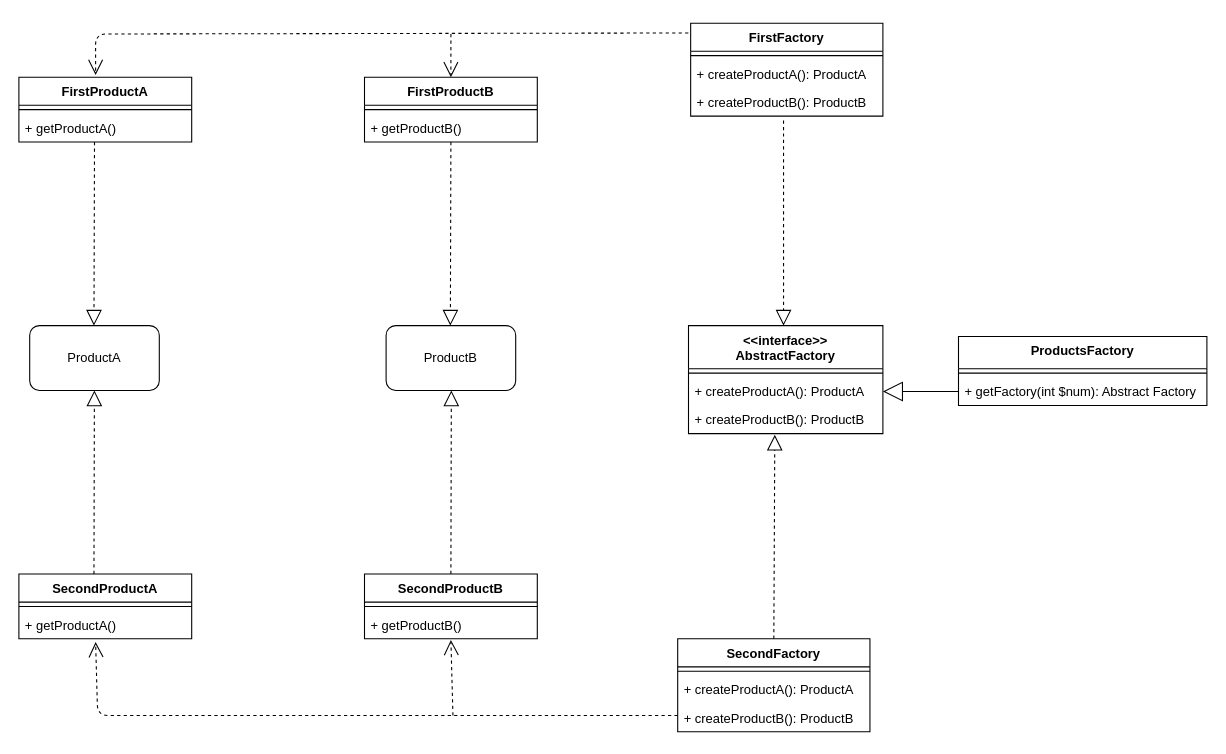
The draw.io diagram page "Abstract Factory" (2 of 5) of diagram.drawio in MeatyBanan4ik/Creational_Patterns, before the edit. Source tidied: cells renumbered, new cells numbered last; positions are measured from the earlier drawing's top-left corner, leaving out a move shared by most shapes. Both pictures are drawn from the tidied source at 108%, with x=0, y=0 at pixel (18, 23).
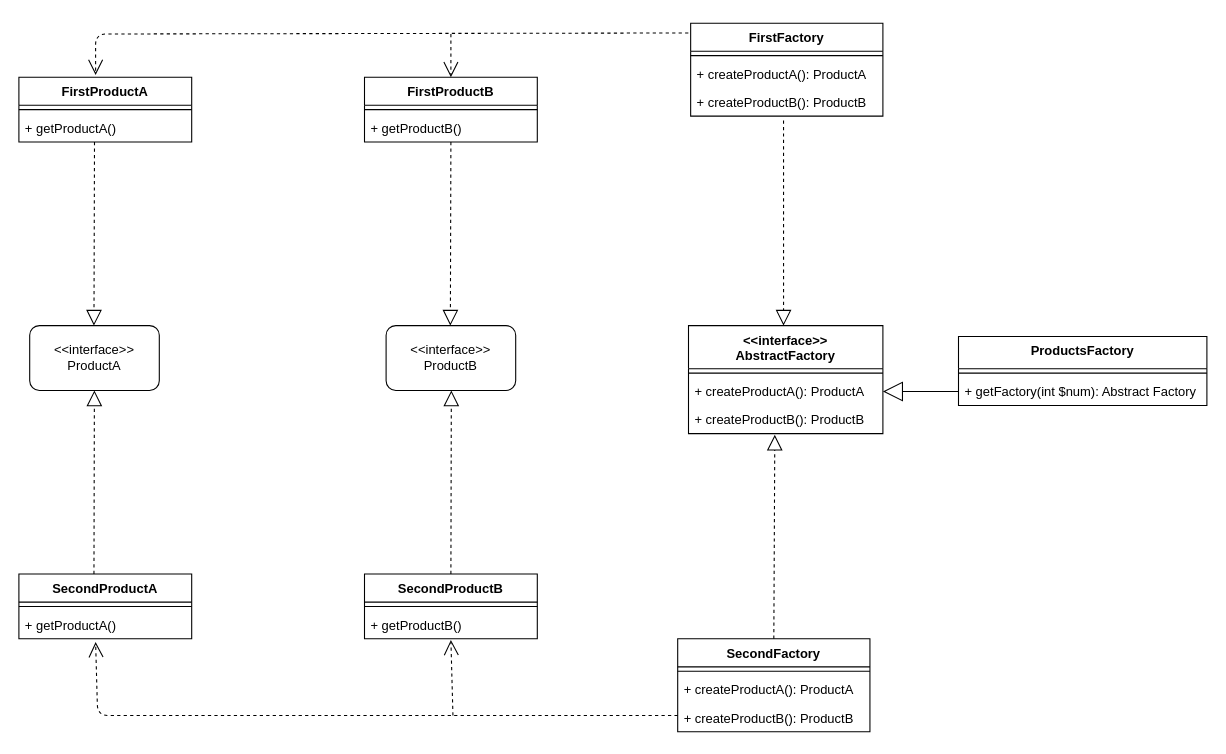
Above is the later version.

What changed in the source:
```diff
@@
-    <mxCell id="35" value="ProductA" style="rounded=1;whiteSpace=wrap;html=1;" parent="1" vertex="1">
+    <mxCell id="35" value="&amp;lt;&amp;lt;interface&amp;gt;&amp;gt;&lt;br&gt;ProductA" style="rounded=1;whiteSpace=wrap;html=1;" parent="1" vertex="1">
       <mxGeometry x="10" y="280" width="120" height="60" as="geometry" />
     </mxCell>
-    <mxCell id="36" value="ProductB" style="rounded=1;whiteSpace=wrap;html=1;" parent="1" vertex="1">
+    <mxCell id="36" value="&amp;lt;&amp;lt;interface&amp;gt;&amp;gt;&lt;br&gt;ProductB" style="rounded=1;whiteSpace=wrap;html=1;" parent="1" vertex="1">
       <mxGeometry x="340" y="280" width="120" height="60" as="geometry" />
     </mxCell>
```
